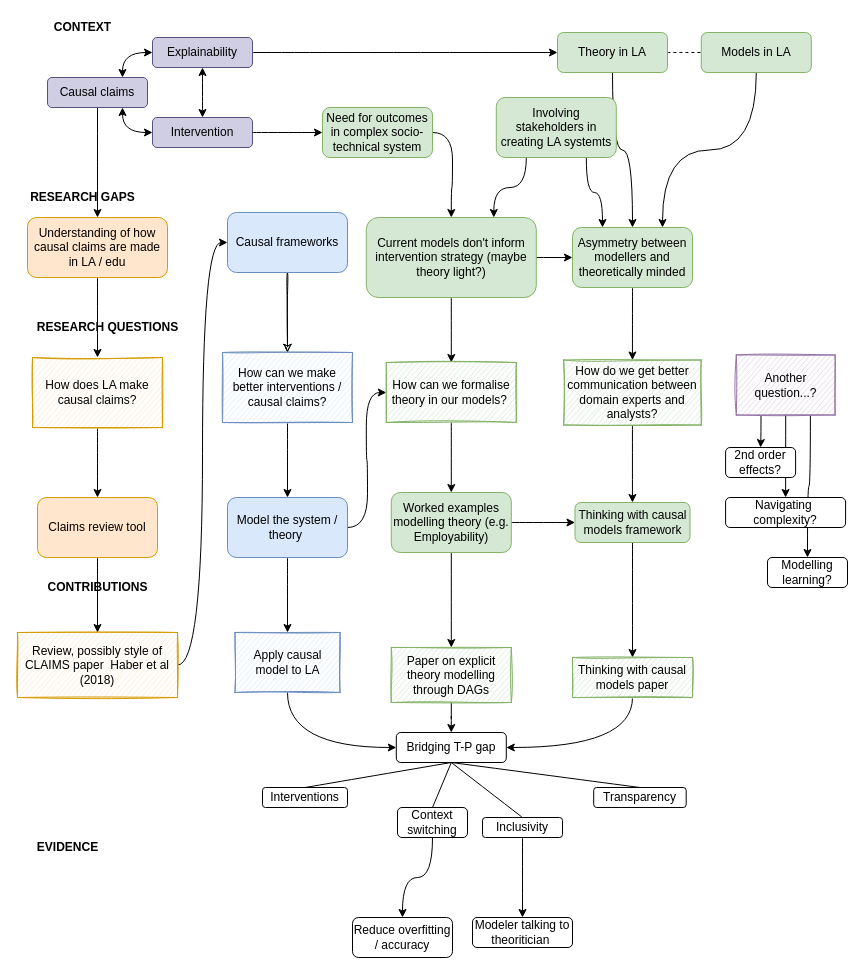
benwhicks/phd keeps this draw.io diagram as page "Page-2" (2 of 2) of Thesis diagram 8.drawio. Above is the earlier version. Source tidied: cells renumbered, new cells numbered last; positions are measured from the earlier drawing's top-left corner, leaving out a move shared by most shapes. Both pictures are drawn from the tidied source at 100%, with x=0, y=0 at pixel (17, 17).
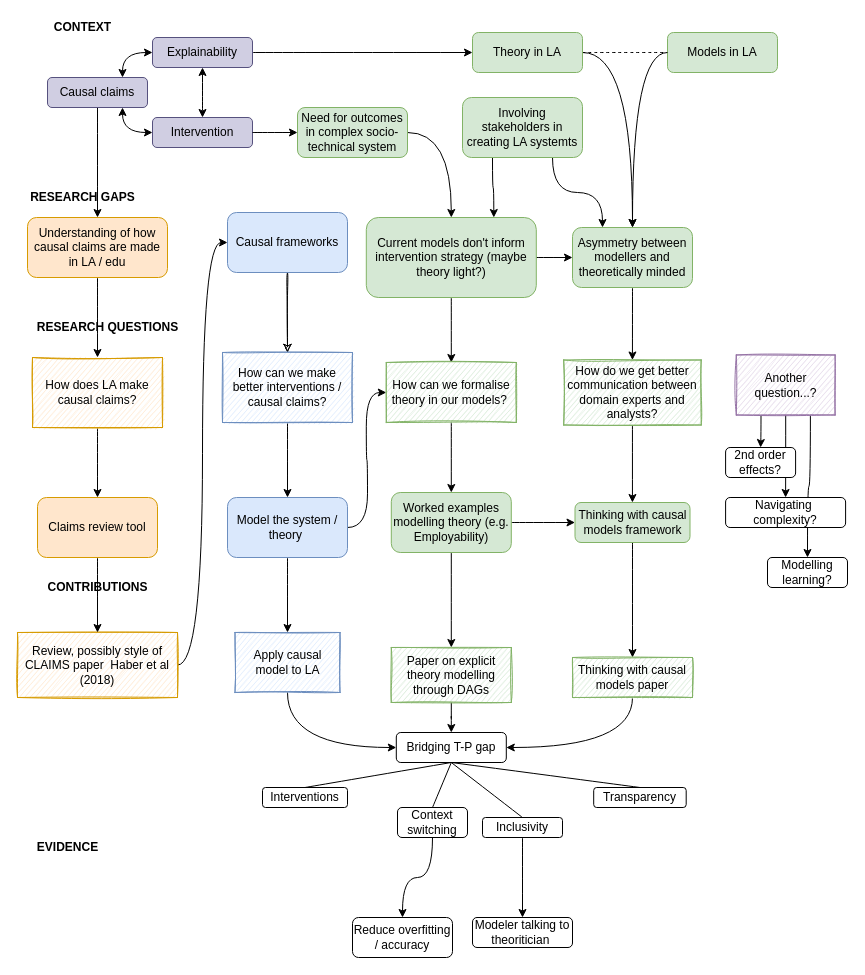
After the change.

The change refers to these unchanged cells:
```xml
<mxCell id="13" value="Asymmetry between modellers and theoretically minded" style="rounded=1;whiteSpace=wrap;html=1;fillColor=#d5e8d4;strokeColor=#82b366;" parent="1" vertex="1">
  <mxGeometry x="555" y="210" width="120" height="60" as="geometry" />
</mxCell>
```

The edit, as a diff of the source:
```diff
@@
-    <mxCell id="14" style="edgeStyle=orthogonalEdgeStyle;curved=1;rounded=0;sketch=0;jettySize=auto;html=1;exitX=0.5;exitY=1;exitDx=0;exitDy=0;entryX=0.75;entryY=0;entryDx=0;entryDy=0;startArrow=none;startFill=0;endArrow=classic;endFill=1;" parent="1" edge="1" source="15" target="13">
+    <mxCell id="14" style="edgeStyle=orthogonalEdgeStyle;curved=1;rounded=0;sketch=0;jettySize=auto;html=1;exitX=0;exitY=0.5;exitDx=0;exitDy=0;startArrow=none;startFill=0;endArrow=classic;endFill=1;" parent="1" edge="1" source="15" target="13">
       <mxGeometry relative="1" as="geometry" />
     </mxCell>
     <mxCell id="15" value="Models in LA" style="rounded=1;whiteSpace=wrap;html=1;fillColor=#d5e8d4;strokeColor=#82b366;" parent="1" vertex="1">
-      <mxGeometry x="683.8" y="15" width="110" height="40" as="geometry" />
+      <mxGeometry x="650" y="15" width="110" height="40" as="geometry" />
     </mxCell>
@@
-    <mxCell id="17" style="edgeStyle=orthogonalEdgeStyle;curved=1;rounded=0;sketch=0;jettySize=auto;html=1;exitX=0.5;exitY=1;exitDx=0;exitDy=0;entryX=0.5;entryY=0;entryDx=0;entryDy=0;startArrow=none;startFill=0;endArrow=classic;endFill=1;" parent="1" edge="1" source="18" target="13">
+    <mxCell id="17" style="edgeStyle=orthogonalEdgeStyle;curved=1;rounded=0;sketch=0;jettySize=auto;html=1;exitX=1;exitY=0.5;exitDx=0;exitDy=0;startArrow=none;startFill=0;endArrow=classic;endFill=1;" parent="1" edge="1" source="18" target="13">
       <mxGeometry relative="1" as="geometry" />
     </mxCell>
     <mxCell id="18" value="Theory in LA" style="rounded=1;whiteSpace=wrap;html=1;fillColor=#d5e8d4;strokeColor=#82b366;" parent="1" vertex="1">
-      <mxGeometry x="540" y="15" width="110" height="40" as="geometry" />
+      <mxGeometry x="455" y="15" width="110" height="40" as="geometry" />
     </mxCell>
@@
     <mxCell id="33" value="Need for outcomes in complex socio-technical system" style="rounded=1;whiteSpace=wrap;html=1;fillColor=#d5e8d4;strokeColor=#82b366;" parent="1" vertex="1">
-      <mxGeometry x="305" y="90" width="110" height="50" as="geometry" />
+      <mxGeometry x="280" y="90" width="110" height="50" as="geometry" />
     </mxCell>
@@
     <mxCell id="72" value="Involving stakeholders in creating LA systemts" style="rounded=1;whiteSpace=wrap;html=1;fillColor=#d5e8d4;strokeColor=#82b366;" parent="1" vertex="1">
-      <mxGeometry x="478.8" y="80" width="120" height="60" as="geometry" />
+      <mxGeometry x="445" y="80" width="120" height="60" as="geometry" />
     </mxCell>
```
